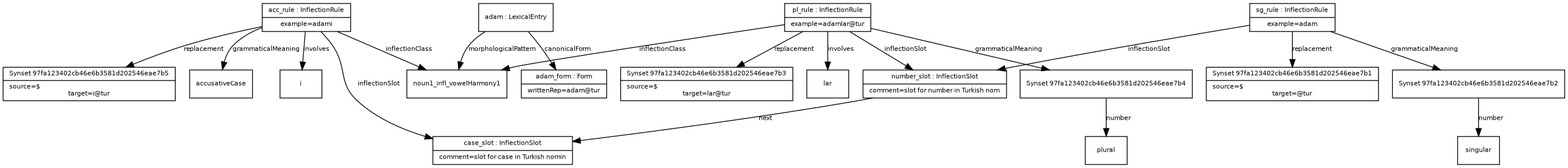
Above: examples/example_13.png in ontolex/morph (Graphviz), before the change. Its source is kept beside it as examples/example_13.dot.
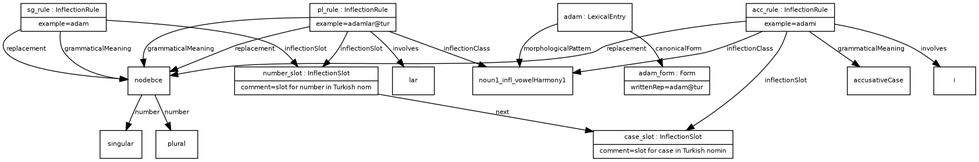
Later version of the same file.

Change to the diagram source:
```diff
@@ -13,8 +13,8 @@
       fontsize = 8
     ]
 
-Synset97fa123402cb46e6b3581d202546eae7b5 [ label="{Synset 97fa123402cb46e6b3581d202546eae7b5|source=$\ltarget=i@tur}" ]
-acc_rule -> Synset97fa123402cb46e6b3581d202546eae7b5 [ label="replacement" ]
+nodebce [ label="{nodebce|source=$\ltarget=i@tur}" ]
+acc_rule -> nodebce [ label="replacement" ]
 noun1_infl_vowelHarmony1 [ label="{noun1_infl_vowelHarmony1}" ]
 acc_rule -> noun1_infl_vowelHarmony1 [ label="inflectionClass" ]
 accusativeCase [ label="{accusativeCase}" ]
@@ -24,12 +24,12 @@
 case_slot [ label="{case_slot : InflectionSlot|comment=slot for case in Turkish nomin}" ]
 acc_rule -> case_slot [ label="inflectionSlot" ]
 acc_rule [ label="{acc_rule : InflectionRule|example=adami}" ]
-Synset97fa123402cb46e6b3581d202546eae7b1 [ label="{Synset 97fa123402cb46e6b3581d202546eae7b1|source=$\ltarget=@tur}" ]
-sg_rule -> Synset97fa123402cb46e6b3581d202546eae7b1 [ label="replacement" ]
+nodebce [ label="{nodebce|source=$\ltarget=@tur}" ]
+sg_rule -> nodebce [ label="replacement" ]
 singular [ label="{singular}" ]
-Synset97fa123402cb46e6b3581d202546eae7b2 -> singular [ label="number" ]
-Synset97fa123402cb46e6b3581d202546eae7b2 [ label="{Synset 97fa123402cb46e6b3581d202546eae7b2}" ]
-sg_rule -> Synset97fa123402cb46e6b3581d202546eae7b2 [ label="grammaticalMeaning" ]
+nodebce -> singular [ label="number" ]
+nodebce [ label="{nodebce}" ]
+sg_rule -> nodebce [ label="grammaticalMeaning" ]
 number_slot -> case_slot [ label="next" ]
 number_slot [ label="{number_slot : InflectionSlot|comment=slot for number in Turkish nom}" ]
 sg_rule -> number_slot [ label="inflectionSlot" ]
@@ -38,13 +38,13 @@
 adam -> adam_form [ label="canonicalForm" ]
 adam -> noun1_infl_vowelHarmony1 [ label="morphologicalPattern" ]
 adam [ label="{adam : LexicalEntry}" ]
-Synset97fa123402cb46e6b3581d202546eae7b3 [ label="{Synset 97fa123402cb46e6b3581d202546eae7b3|source=$\ltarget=lar@tur}" ]
-pl_rule -> Synset97fa123402cb46e6b3581d202546eae7b3 [ label="replacement" ]
+nodebce [ label="{nodebce|source=$\ltarget=lar@tur}" ]
+pl_rule -> nodebce [ label="replacement" ]
 pl_rule -> noun1_infl_vowelHarmony1 [ label="inflectionClass" ]
 plural [ label="{plural}" ]
-Synset97fa123402cb46e6b3581d202546eae7b4 -> plural [ label="number" ]
-Synset97fa123402cb46e6b3581d202546eae7b4 [ label="{Synset 97fa123402cb46e6b3581d202546eae7b4}" ]
-pl_rule -> Synset97fa123402cb46e6b3581d202546eae7b4 [ label="grammaticalMeaning" ]
+nodebce -> plural [ label="number" ]
+nodebce [ label="{nodebce}" ]
+pl_rule -> nodebce [ label="grammaticalMeaning" ]
 lar [ label="{lar}" ]
 pl_rule -> lar [ label="involves" ]
 pl_rule -> number_slot [ label="inflectionSlot" ]
```
